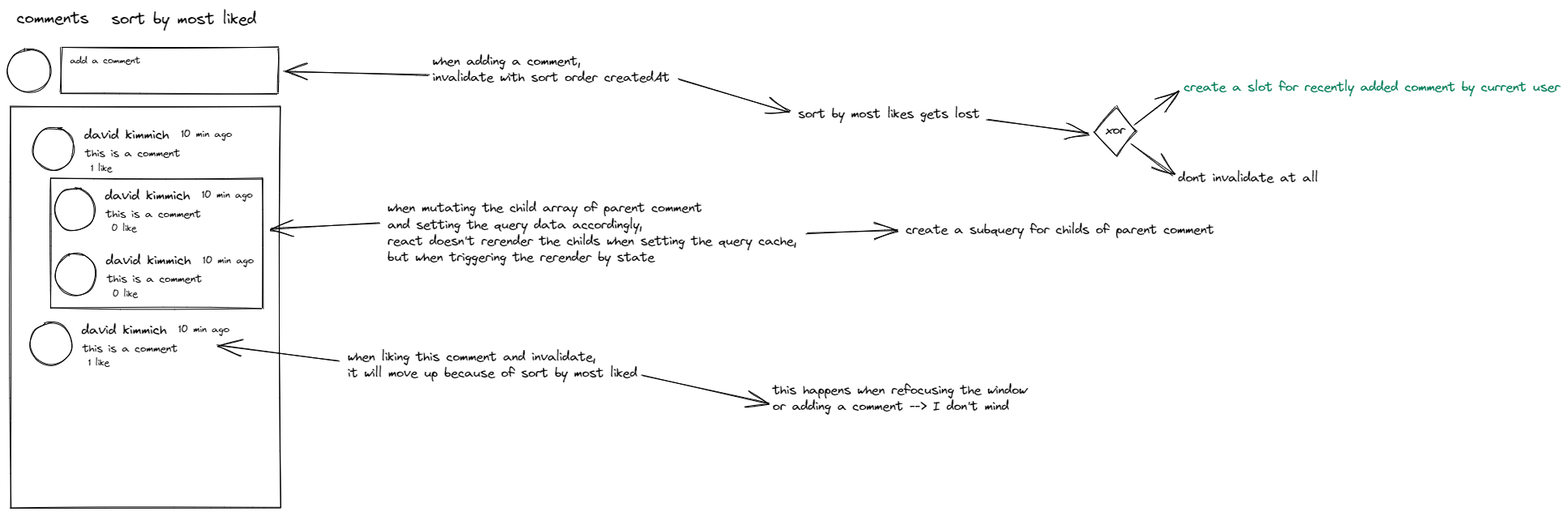
Dyvd4/ticketify keeps this Excalidraw diagram as notes/comments/optimistic updates and refetching.excalidraw.png. Above is the earlier version. Source tidied: one line per element, renumbered; positions are measured from the earlier drawing's top-left corner, leaving out a move shared by most shapes.
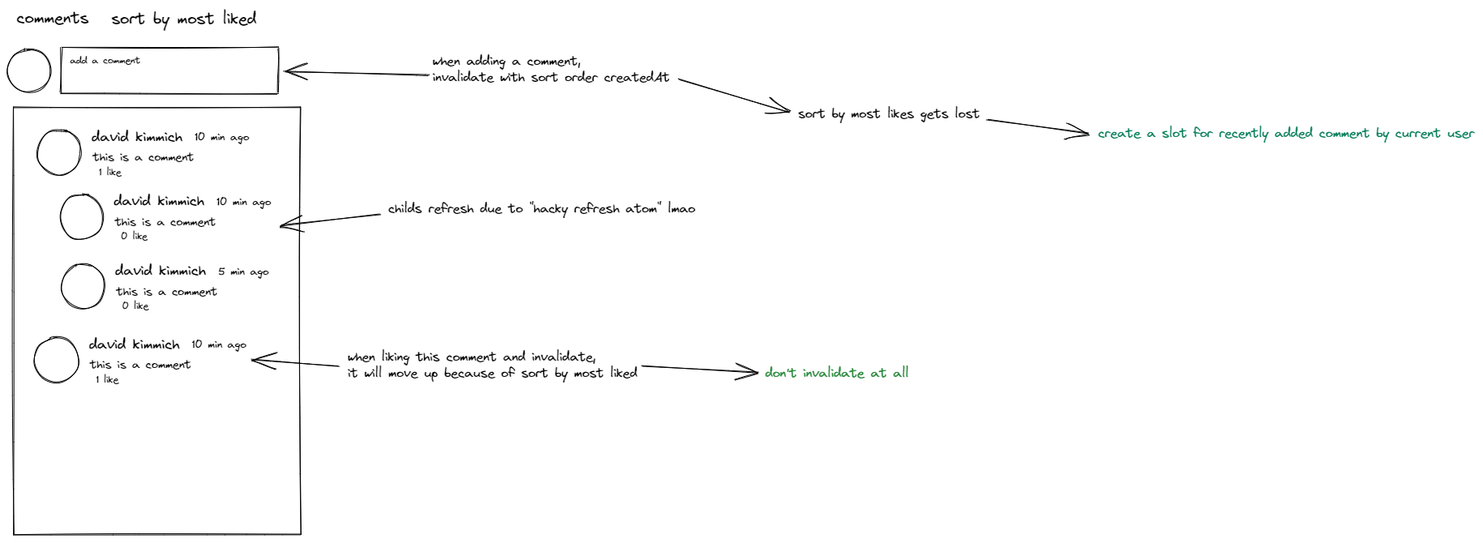
After the commit.

Change to the diagram source:
```diff
@@ -1,6 +1,6 @@
 {"id": 0, "type": "text", "text": "comments", "strokeColor": "#000000", "strokeWidth": 1, "roughness": 1, "fontSize": 20, "fontFamily": 1, "x": 11, "y": 0, "width": 90, "height": 26}
 {"id": 1, "type": "text", "text": "sort by most liked", "strokeColor": "#000000", "strokeWidth": 1, "roughness": 1, "fontSize": 20, "fontFamily": 1, "x": 127, "y": 1, "width": 180, "height": 26}
-{"id": 2, "type": "arrow", "strokeColor": "#000000", "strokeWidth": 1, "roughness": 1, "endArrowhead": "arrow", "from": 3, "to": 39, "x": 408, "y": 435, "width": 150, "height": 18, "points": [[0, 0], [-150, -18]]}
+{"id": 2, "type": "arrow", "strokeColor": "#000000", "strokeWidth": 1, "roughness": 1, "endArrowhead": "arrow", "from": 3, "to": 39, "x": 408, "y": 441, "width": 108, "height": 7, "points": [[0, 0], [-108, -7]]}
 {"id": 3, "type": "text", "text": "when liking this comment and invalidate, \nit will move up because of sort by most liked", "strokeColor": "#000000", "strokeWidth": 1, "roughness": 1, "fontSize": 16, "fontFamily": 1, "x": 419, "y": 421, "width": 358, "height": 40}
 {"id": 4, "type": "rectangle", "strokeColor": "#000000", "strokeWidth": 1, "roughness": 1, "x": 65, "y": 48, "width": 268, "height": 56}
 {"id": 5, "type": "ellipse", "strokeColor": "#000000", "strokeWidth": 1, "roughness": 1, "x": 0, "y": 51, "width": 53, "height": 53}
@@ -9,38 +9,30 @@
 {"id": 8, "type": "text", "text": "when adding a comment, \ninvalidate with sort order createdAt", "strokeColor": "#000000", "strokeWidth": 1, "roughness": 1, "fontSize": 16, "fontFamily": 1, "x": 523, "y": 56, "width": 293, "height": 40}
 {"id": 9, "type": "arrow", "strokeColor": "#000000", "strokeWidth": 1, "roughness": 1, "endArrowhead": "arrow", "from": 8, "to": 10, "x": 828, "y": 89, "width": 134, "height": 40, "points": [[0, 0], [134, 40]]}
 {"id": 10, "type": "text", "text": "sort by most likes gets lost", "strokeColor": "#000000", "strokeWidth": 1, "roughness": 1, "fontSize": 16, "fontFamily": 1, "x": 974, "y": 121, "width": 225, "height": 20}
-{"id": 11, "type": "arrow", "strokeColor": "#000000", "strokeWidth": 1, "roughness": 1, "endArrowhead": "arrow", "from": 10, "to": 13, "x": 1207, "y": 137, "width": 124, "height": 18, "points": [[0, 0], [124, 18]]}
+{"id": 11, "type": "arrow", "strokeColor": "#000000", "strokeWidth": 1, "roughness": 1, "endArrowhead": "arrow", "from": 10, "to": 12, "x": 1207, "y": 137, "width": 124, "height": 18, "points": [[0, 0], [124, 18]]}
-{"id": 12, "type": "text", "text": "create a slot for recently added comment by current user", "strokeColor": "#087f5b", "strokeWidth": 1, "roughness": 1, "fontSize": 16, "fontFamily": 1, "x": 1450, "y": 88, "width": 465, "height": 20}
+{"id": 12, "type": "text", "text": "create a slot for recently added comment by current user", "strokeColor": "#087f5b", "strokeWidth": 1, "roughness": 1, "fontSize": 16, "fontFamily": 1, "x": 1344, "y": 145, "width": 465, "height": 20}
-{"id": 13, "type": "diamond", "strokeColor": "#000000", "strokeWidth": 1, "roughness": 1, "x": 1340, "y": 122, "width": 52, "height": 60}
-{"id": 14, "type": "text", "text": "xor", "strokeColor": "#000000", "strokeWidth": 1, "roughness": 1, "fontSize": 16, "fontFamily": 1, "textAlign": "center", "verticalAlign": "middle", "inside": 13, "x": 1345, "y": 142, "width": 42, "height": 20}
-{"id": 15, "type": "arrow", "strokeColor": "#000000", "strokeWidth": 1, "roughness": 1, "endArrowhead": "arrow", "from": 13, "to": 12, "x": 1389, "y": 145, "width": 55, "height": 43, "points": [[0, 0], [55, -43]]}
-{"id": 16, "type": "arrow", "strokeColor": "#000000", "strokeWidth": 1, "roughness": 1, "endArrowhead": "arrow", "from": 13, "to": 17, "x": 1386, "y": 168, "width": 51, "height": 38, "points": [[0, 0], [51, 38]]}
-{"id": 17, "type": "text", "text": "dont invalidate at all", "strokeColor": "#000000", "strokeWidth": 1, "roughness": 1, "fontSize": 16, "fontFamily": 1, "x": 1443, "y": 200, "width": 174, "height": 20}
-{"id": 18, "type": "arrow", "strokeColor": "#000000", "strokeWidth": 1, "roughness": 1, "endArrowhead": "arrow", "from": 3, "to": 19, "x": 783, "y": 453, "width": 156, "height": 35, "points": [[0, 0], [156, 35]]}
+{"id": 18, "type": "arrow", "strokeColor": "#000000", "strokeWidth": 1, "roughness": 1, "endArrowhead": "arrow", "from": 3, "to": 19, "x": 783, "y": 442, "width": 143, "height": 9, "points": [[0, 0], [143, 9]]}
-{"id": 19, "type": "text", "text": "this happens when refocusing the window \nor adding a comment --> I don't mind", "strokeColor": "#000000", "strokeWidth": 1, "roughness": 1, "fontSize": 16, "fontFamily": 1, "x": 943, "y": 462, "width": 321, "height": 40}
+{"id": 19, "type": "text", "text": "don't invalidate at all", "strokeColor": "#2b8a3e", "strokeWidth": 1, "roughness": 1, "fontSize": 16, "fontFamily": 1, "x": 934, "y": 441, "width": 178, "height": 20}
-{"id": 20, "type": "arrow", "strokeColor": "#000000", "strokeWidth": 1, "roughness": 1, "endArrowhead": "arrow", "from": 21, "to": 43, "x": 458, "y": 265, "width": 134, "height": 6, "points": [[0, 0], [-134, 6]]}
+{"id": 20, "type": "arrow", "strokeColor": "#000000", "strokeWidth": 1, "roughness": 1, "endArrowhead": "arrow", "from": 21, "x": 459, "y": 254, "width": 123, "height": 13, "points": [[0, 0], [-123, 13]]}
-{"id": 21, "type": "text", "text": "when mutating the child array of parent comment \nand setting the query data accordingly, \nreact doesn't rerender the childs when setting the query cache,\nbut when triggering the rerender by state", "strokeColor": "#000000", "strokeWidth": 1, "roughness": 1, "fontSize": 16, "fontFamily": 1, "x": 468, "y": 238, "width": 505, "height": 81}
+{"id": 21, "type": "text", "text": "childs refresh due to \"hacky refresh atom\" lmao", "strokeColor": "#000000", "strokeWidth": 1, "roughness": 1, "fontSize": 16, "fontFamily": 1, "x": 469, "y": 238, "width": 380, "height": 20}
-{"id": 22, "type": "rectangle", "strokeColor": "#000000", "strokeWidth": 1, "roughness": 1, "x": 3, "y": 121, "width": 333, "height": 496}
+{"id": 22, "type": "rectangle", "strokeColor": "#000000", "strokeWidth": 1, "roughness": 1, "x": 7, "y": 122, "width": 354, "height": 528}
-{"id": 23, "type": "text", "text": "david kimmich", "strokeColor": "#000000", "strokeWidth": 1, "roughness": 1, "fontSize": 16.8, "fontFamily": 1, "x": 94, "y": 145, "width": 106, "height": 22}
+{"id": 23, "type": "text", "text": "david kimmich", "strokeColor": "#000000", "strokeWidth": 1, "roughness": 1, "fontSize": 17.88, "fontFamily": 1, "x": 103, "y": 147, "width": 113, "height": 23}
-{"id": 24, "type": "text", "text": "10 min ago", "strokeColor": "#000000", "strokeWidth": 1, "roughness": 1, "fontSize": 12.57, "fontFamily": 1, "x": 213, "y": 149, "width": 64, "height": 16}
+{"id": 24, "type": "text", "text": "10 min ago", "strokeColor": "#000000", "strokeWidth": 1, "roughness": 1, "fontSize": 13.37, "fontFamily": 1, "x": 230, "y": 151, "width": 68, "height": 17}
-{"id": 25, "type": "ellipse", "strokeColor": "#000000", "strokeWidth": 1, "roughness": 1, "x": 31, "y": 148, "width": 50, "height": 52}
+{"id": 25, "type": "ellipse", "strokeColor": "#000000", "strokeWidth": 1, "roughness": 1, "x": 37, "y": 150, "width": 53, "height": 56}
-{"id": 26, "type": "text", "text": "this is a comment", "strokeColor": "#000000", "strokeWidth": 1, "roughness": 1, "fontSize": 13.52, "fontFamily": 1, "x": 95, "y": 171, "width": 117, "height": 17}
+{"id": 26, "type": "text", "text": "this is a comment", "strokeColor": "#000000", "strokeWidth": 1, "roughness": 1, "fontSize": 14.39, "fontFamily": 1, "x": 105, "y": 175, "width": 125, "height": 18}
-{"id": 27, "type": "text", "text": "1 like", "strokeColor": "#000000", "strokeWidth": 1, "roughness": 1, "fontSize": 11.34, "fontFamily": 1, "x": 102, "y": 190, "width": 27, "height": 14}
+{"id": 27, "type": "text", "text": "1 like", "strokeColor": "#000000", "strokeWidth": 1, "roughness": 1, "fontSize": 12.07, "fontFamily": 1, "x": 112, "y": 196, "width": 29, "height": 15}
-{"id": 28, "type": "text", "text": "david kimmich", "strokeColor": "#000000", "strokeWidth": 1, "roughness": 1, "fontSize": 16.8, "fontFamily": 1, "x": 119, "y": 220, "width": 106, "height": 22}
+{"id": 28, "type": "text", "text": "david kimmich", "strokeColor": "#000000", "strokeWidth": 1, "roughness": 1, "fontSize": 17.88, "fontFamily": 1, "x": 130, "y": 227, "width": 113, "height": 23}
-{"id": 29, "type": "text", "text": "10 min ago", "strokeColor": "#000000", "strokeWidth": 1, "roughness": 1, "fontSize": 12.57, "fontFamily": 1, "x": 239, "y": 223, "width": 64, "height": 16}
+{"id": 29, "type": "text", "text": "10 min ago", "strokeColor": "#000000", "strokeWidth": 1, "roughness": 1, "fontSize": 13.37, "fontFamily": 1, "x": 257, "y": 231, "width": 68, "height": 17}
-{"id": 30, "type": "ellipse", "strokeColor": "#000000", "strokeWidth": 1, "roughness": 1, "x": 57, "y": 222, "width": 50, "height": 52}
+{"id": 30, "type": "ellipse", "strokeColor": "#000000", "strokeWidth": 1, "roughness": 1, "x": 64, "y": 230, "width": 53, "height": 56}
-{"id": 31, "type": "text", "text": "this is a comment", "strokeColor": "#000000", "strokeWidth": 1, "roughness": 1, "fontSize": 13.52, "fontFamily": 1, "x": 121, "y": 246, "width": 117, "height": 17}
+{"id": 31, "type": "text", "text": "this is a comment", "strokeColor": "#000000", "strokeWidth": 1, "roughness": 1, "fontSize": 14.39, "fontFamily": 1, "x": 132, "y": 255, "width": 125, "height": 18}
-{"id": 32, "type": "text", "text": "0 like", "strokeColor": "#000000", "strokeWidth": 1, "roughness": 1, "fontSize": 11.34, "fontFamily": 1, "x": 128, "y": 265, "width": 32, "height": 14}
+{"id": 32, "type": "text", "text": "0 like", "strokeColor": "#000000", "strokeWidth": 1, "roughness": 1, "fontSize": 12.07, "fontFamily": 1, "x": 139, "y": 276, "width": 34, "height": 15}
-{"id": 33, "type": "text", "text": "david kimmich", "strokeColor": "#000000", "strokeWidth": 1, "roughness": 1, "fontSize": 16.8, "fontFamily": 1, "x": 121, "y": 300, "width": 106, "height": 22}
+{"id": 33, "type": "text", "text": "david kimmich", "strokeColor": "#000000", "strokeWidth": 1, "roughness": 1, "fontSize": 17.88, "fontFamily": 1, "x": 132, "y": 313, "width": 113, "height": 23}
-{"id": 34, "type": "text", "text": "10 min ago", "strokeColor": "#000000", "strokeWidth": 1, "roughness": 1, "fontSize": 12.57, "fontFamily": 1, "x": 240, "y": 304, "width": 64, "height": 16}
+{"id": 34, "type": "text", "text": "5 min ago", "strokeColor": "#000000", "strokeWidth": 1, "roughness": 1, "fontSize": 13.37, "fontFamily": 1, "x": 259, "y": 317, "width": 63, "height": 17}
-{"id": 35, "type": "ellipse", "strokeColor": "#000000", "strokeWidth": 1, "roughness": 1, "x": 58, "y": 303, "width": 50, "height": 52}
+{"id": 35, "type": "ellipse", "strokeColor": "#000000", "strokeWidth": 1, "roughness": 1, "x": 66, "y": 316, "width": 53, "height": 56}
-{"id": 36, "type": "text", "text": "this is a comment", "strokeColor": "#000000", "strokeWidth": 1, "roughness": 1, "fontSize": 13.52, "fontFamily": 1, "x": 122, "y": 326, "width": 117, "height": 17}
+{"id": 36, "type": "text", "text": "this is a comment", "strokeColor": "#000000", "strokeWidth": 1, "roughness": 1, "fontSize": 14.39, "fontFamily": 1, "x": 134, "y": 341, "width": 125, "height": 18}
-{"id": 37, "type": "text", "text": "0 like", "strokeColor": "#000000", "strokeWidth": 1, "roughness": 1, "fontSize": 11.34, "fontFamily": 1, "x": 129, "y": 346, "width": 32, "height": 14}
+{"id": 37, "type": "text", "text": "0 like", "strokeColor": "#000000", "strokeWidth": 1, "roughness": 1, "fontSize": 12.07, "fontFamily": 1, "x": 140, "y": 361, "width": 34, "height": 15}
-{"id": 38, "type": "text", "text": "david kimmich", "strokeColor": "#000000", "strokeWidth": 1, "roughness": 1, "fontSize": 16.8, "fontFamily": 1, "x": 91, "y": 386, "width": 106, "height": 22}
+{"id": 38, "type": "text", "text": "david kimmich", "strokeColor": "#000000", "strokeWidth": 1, "roughness": 1, "fontSize": 17.88, "fontFamily": 1, "x": 100, "y": 403, "width": 113, "height": 23}
-{"id": 39, "type": "text", "text": "10 min ago", "strokeColor": "#000000", "strokeWidth": 1, "roughness": 1, "fontSize": 12.57, "fontFamily": 1, "x": 210, "y": 389, "width": 64, "height": 16}
+{"id": 39, "type": "text", "text": "10 min ago", "strokeColor": "#000000", "strokeWidth": 1, "roughness": 1, "fontSize": 13.37, "fontFamily": 1, "x": 227, "y": 407, "width": 68, "height": 17}
-{"id": 40, "type": "ellipse", "strokeColor": "#000000", "strokeWidth": 1, "roughness": 1, "x": 28, "y": 388, "width": 50, "height": 52}
+{"id": 40, "type": "ellipse", "strokeColor": "#000000", "strokeWidth": 1, "roughness": 1, "x": 33, "y": 406, "width": 53, "height": 56}
-{"id": 41, "type": "text", "text": "this is a comment", "strokeColor": "#000000", "strokeWidth": 1, "roughness": 1, "fontSize": 13.52, "fontFamily": 1, "x": 92, "y": 412, "width": 117, "height": 17}
+{"id": 41, "type": "text", "text": "this is a comment", "strokeColor": "#000000", "strokeWidth": 1, "roughness": 1, "fontSize": 14.39, "fontFamily": 1, "x": 101, "y": 431, "width": 125, "height": 18}
-{"id": 42, "type": "text", "text": "1 like", "strokeColor": "#000000", "strokeWidth": 1, "roughness": 1, "fontSize": 11.34, "fontFamily": 1, "x": 99, "y": 431, "width": 27, "height": 14}
+{"id": 42, "type": "text", "text": "1 like", "strokeColor": "#000000", "strokeWidth": 1, "roughness": 1, "fontSize": 12.07, "fontFamily": 1, "x": 108, "y": 452, "width": 29, "height": 15}
-{"id": 43, "type": "rectangle", "strokeColor": "#000000", "strokeWidth": 1, "roughness": 1, "x": 53, "y": 210, "width": 261, "height": 160}
-{"id": 44, "type": "arrow", "strokeColor": "#000000", "strokeWidth": 1, "roughness": 1, "endArrowhead": "arrow", "from": 21, "to": 45, "x": 985, "y": 279, "width": 112, "height": 5, "points": [[0, 0], [112, -5]]}
-{"id": 45, "type": "text", "text": "create a subquery for childs of parent comment", "strokeColor": "#000000", "strokeWidth": 1, "roughness": 1, "fontSize": 16, "fontFamily": 1, "x": 1107, "y": 264, "width": 381, "height": 20}
```
